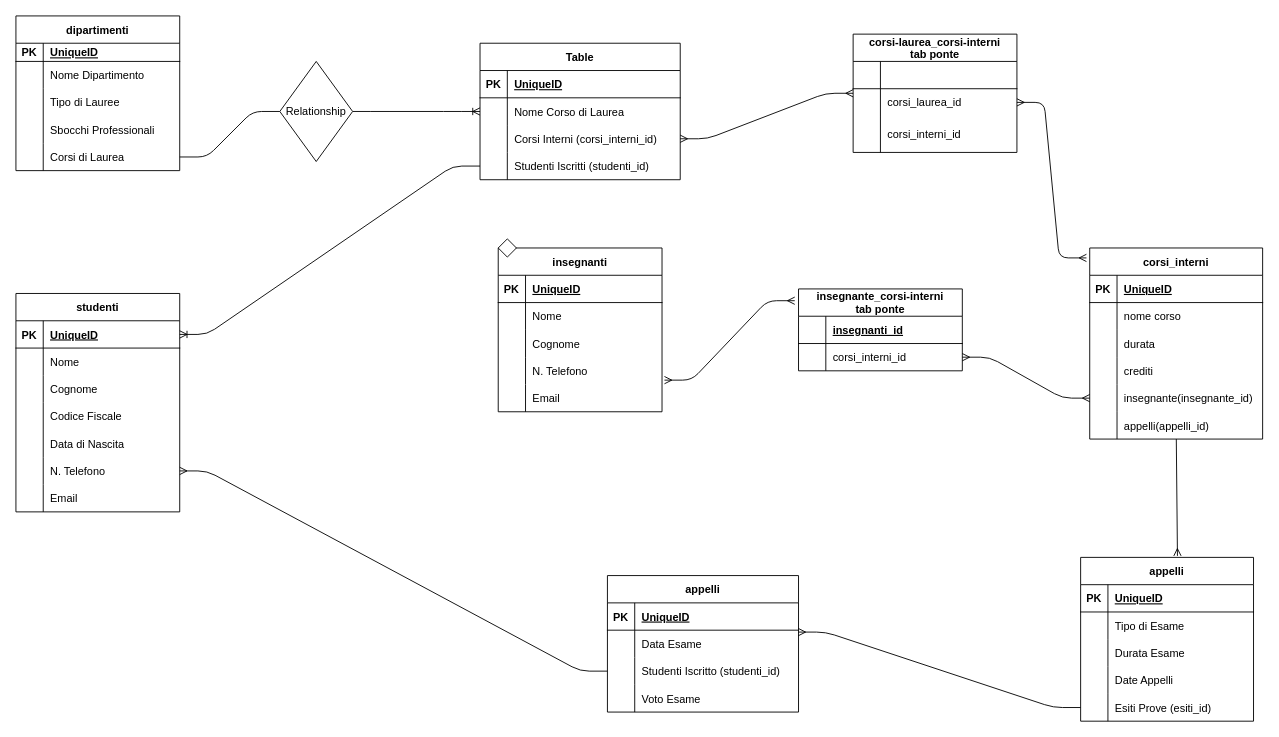
Before: universita.drawio in nmorrone/db-university, a draw.io diagram. Source tidied: cells renumbered, new cells numbered last; positions are measured from the earlier drawing's top-left corner, leaving out a move shared by most shapes. Both pictures are drawn from the tidied source at 91%, with x=0, y=0 at pixel (15, 15).
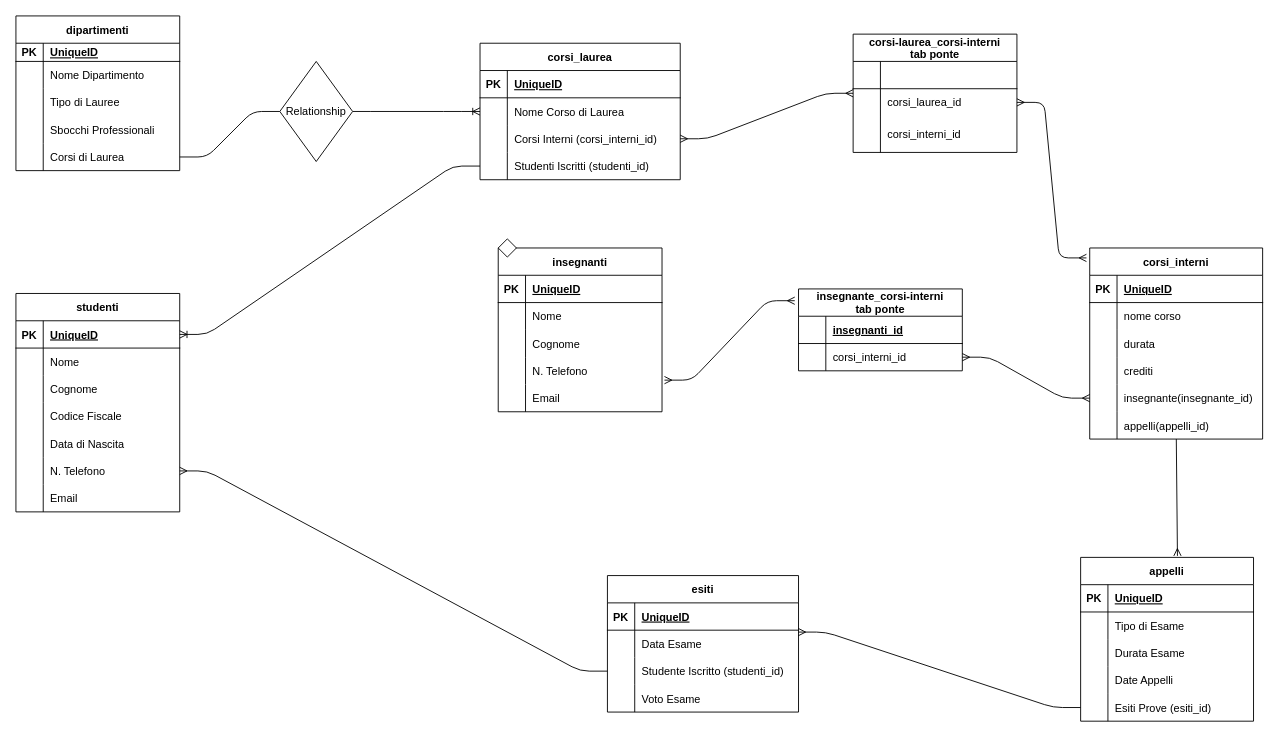
After the change.

The change refers to these unchanged cells:
```xml
<mxCell id="138" style="shape=tableRow;horizontal=0;startSize=0;swimlaneHead=0;swimlaneBody=0;fillColor=none;points=[[0,0.5],[1,0.5]];portConstraint=eastwest;top=0;left=0;right=0;bottom=0;" parent="131" vertex="1">
  <mxGeometry y="90" width="210" height="30" as="geometry" />
</mxCell>
```

Diff of the diagram source:
```diff
@@
-    <mxCell id="112" value="Table" style="shape=table;startSize=30;childLayout=tableLayout;rowLines=0;fontStyle=1;align=center;fontFamily=Helvetica;fontSize=12;fontColor=default;" parent="1" vertex="1">
+    <mxCell id="112" value="corsi_laurea" style="shape=table;startSize=30;childLayout=tableLayout;rowLines=0;fontStyle=1;align=center;fontFamily=Helvetica;fontSize=12;fontColor=default;" parent="1" vertex="1">
       <mxGeometry x="510" y="30" width="220" height="150" as="geometry" />
     </mxCell>
@@
-    <mxCell id="131" value="appelli" style="shape=table;startSize=30;childLayout=tableLayout;rowLines=0;fontStyle=1;align=center;" parent="1" vertex="1">
+    <mxCell id="131" value="esiti" style="shape=table;startSize=30;childLayout=tableLayout;rowLines=0;fontStyle=1;align=center;" parent="1" vertex="1">
       <mxGeometry x="650" y="615" width="210" height="150" as="geometry" />
     </mxCell>
@@
-    <mxCell id="140" value="Studenti Iscritto (studenti_id)" style="shape=partialRectangle;fillColor=none;top=0;left=0;bottom=0;right=0;align=left;spacingLeft=6;overflow=hidden;" parent="138" vertex="1">
+    <mxCell id="140" value="Studente Iscritto (studenti_id)" style="shape=partialRectangle;fillColor=none;top=0;left=0;bottom=0;right=0;align=left;spacingLeft=6;overflow=hidden;" parent="138" vertex="1">
       <mxGeometry x="30" width="180" height="30" as="geometry" />
     </mxCell>
```
